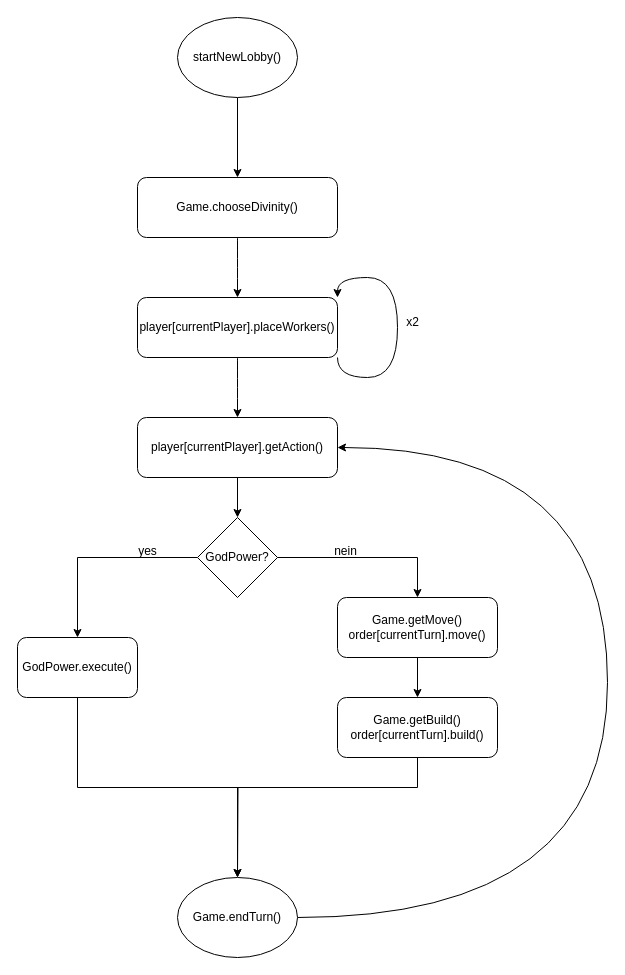
Earlier version of the draw.io diagram UML/Diagram.drawio (riccardopaltrinieri/Santorini-desktop-game). Source tidied: cells renumbered, new cells numbered last; positions are measured from the earlier drawing's top-left corner, leaving out a move shared by most shapes. Both pictures are drawn from the tidied source at 100%, with x=0, y=0 at pixel (17, 17).
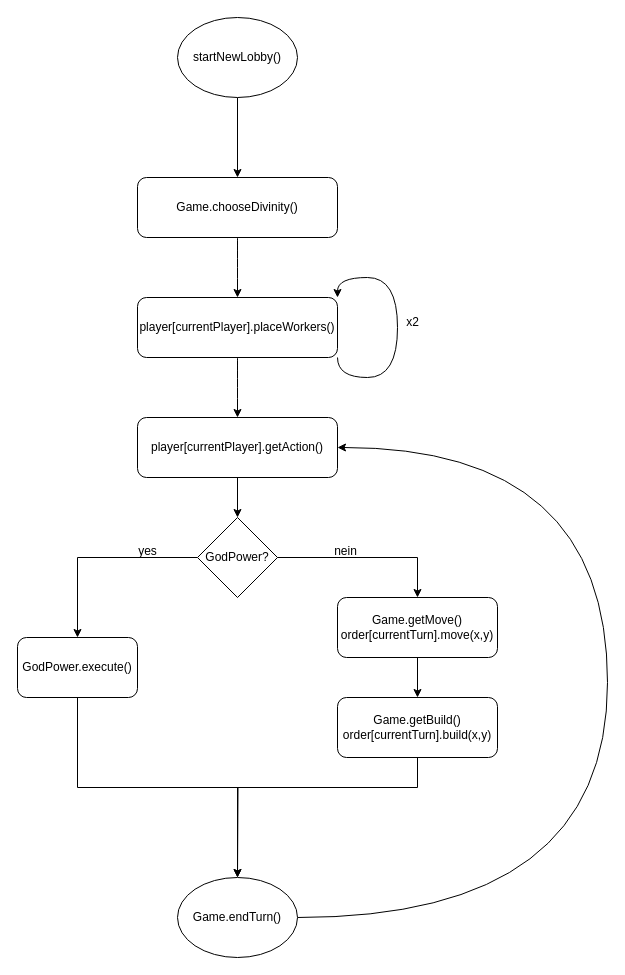
The same diagram, later.

Commit message:
Modified UML and diagrams

What changed in the source:
```diff
@@
-    <mxCell id="16" value="Game.getMove()&lt;br&gt;order[currentTurn].move()" style="rounded=1;whiteSpace=wrap;html=1;" parent="1" vertex="1">
+    <mxCell id="16" value="Game.getMove()&lt;br&gt;order[currentTurn].move(x,y)" style="rounded=1;whiteSpace=wrap;html=1;" parent="1" vertex="1">
       <mxGeometry x="320" y="580" width="160" height="60" as="geometry" />
     </mxCell>
@@
-    <mxCell id="18" value="Game.getBuild()&lt;br&gt;order[currentTurn].build()" style="rounded=1;whiteSpace=wrap;html=1;" parent="1" vertex="1">
+    <mxCell id="18" value="Game.getBuild()&lt;br&gt;order[currentTurn].build(x,y)" style="rounded=1;whiteSpace=wrap;html=1;" parent="1" vertex="1">
       <mxGeometry x="320" y="680" width="160" height="60" as="geometry" />
     </mxCell>
```
